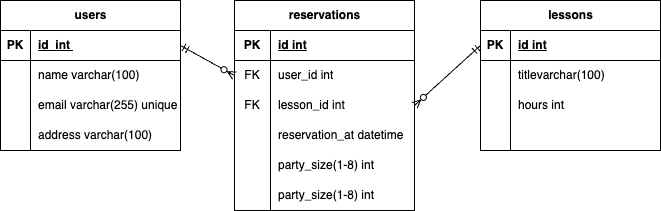
YumiOotake/p-php keeps this draw.io diagram as docs/index.drawio.png. Above is the earlier version. Source tidied: cells renumbered, new cells last; positions are measured from the earlier drawing's top-left corner, leaving out a move shared by most shapes. The source it was exported from:
```xml
<mxGraphModel>
  <root>
    <mxCell id="0" />
    <mxCell id="1" parent="0" />
    <mxCell id="2" value="reservations" style="shape=table;startSize=30;rowLines=0;fontStyle=1;align=center;html=1;" parent="1" vertex="1">
      <mxGeometry x="234" width="180" height="210" as="geometry" />
    </mxCell>
    <mxCell id="3" style="shape=tableRow;horizontal=0;startSize=0;swimlaneHead=0;swimlaneBody=0;fillColor=none;top=0;left=0;right=0;bottom=1;" parent="2" vertex="1">
      <mxGeometry y="30" width="180" height="30" as="geometry" />
    </mxCell>
    <mxCell id="4" value="PK" style="shape=partialRectangle;fillColor=none;top=0;left=0;bottom=0;right=0;fontStyle=1;overflow=hidden;whiteSpace=wrap;html=1;" parent="3" vertex="1">
      <mxGeometry width="36" height="30" as="geometry" />
    </mxCell>
    <mxCell id="5" value="id int" style="shape=partialRectangle;fillColor=none;top=0;left=0;bottom=0;right=0;align=left;spacingLeft=6;fontStyle=5;overflow=hidden;whiteSpace=wrap;html=1;" parent="3" vertex="1">
      <mxGeometry x="36" width="144" height="30" as="geometry" />
    </mxCell>
    <mxCell id="6" style="shape=tableRow;horizontal=0;startSize=0;swimlaneHead=0;swimlaneBody=0;fillColor=none;points=[[0,0.5],[1,0.5]];portConstraint=eastwest;top=0;left=0;right=0;bottom=0;" parent="2" vertex="1">
      <mxGeometry y="60" width="180" height="30" as="geometry" />
    </mxCell>
    <mxCell id="7" value="FK" style="shape=partialRectangle;fillColor=none;top=0;left=0;bottom=0;right=0;overflow=hidden;whiteSpace=wrap;html=1;" parent="6" vertex="1">
      <mxGeometry width="36" height="30" as="geometry" />
    </mxCell>
    <mxCell id="8" value="user_id int" style="shape=partialRectangle;fillColor=none;top=0;left=0;bottom=0;right=0;align=left;spacingLeft=6;overflow=hidden;whiteSpace=wrap;html=1;" parent="6" vertex="1">
      <mxGeometry x="36" width="144" height="30" as="geometry" />
    </mxCell>
    <mxCell id="9" style="shape=tableRow;horizontal=0;startSize=0;swimlaneHead=0;swimlaneBody=0;fillColor=none;points=[[0,0.5],[1,0.5]];portConstraint=eastwest;top=0;left=0;right=0;bottom=0;" parent="2" vertex="1">
      <mxGeometry y="90" width="180" height="30" as="geometry" />
    </mxCell>
    <mxCell id="10" value="FK" style="shape=partialRectangle;fillColor=none;top=0;left=0;bottom=0;right=0;overflow=hidden;whiteSpace=wrap;html=1;" parent="9" vertex="1">
      <mxGeometry width="36" height="30" as="geometry" />
    </mxCell>
    <mxCell id="11" value="lesson_id int" style="shape=partialRectangle;fillColor=none;top=0;left=0;bottom=0;right=0;align=left;spacingLeft=6;overflow=hidden;whiteSpace=wrap;html=1;" parent="9" vertex="1">
      <mxGeometry x="36" width="144" height="30" as="geometry" />
    </mxCell>
    <mxCell id="12" style="shape=tableRow;horizontal=0;startSize=0;swimlaneHead=0;swimlaneBody=0;fillColor=none;top=0;left=0;right=0;bottom=0;" parent="2" vertex="1">
      <mxGeometry y="120" width="180" height="30" as="geometry" />
    </mxCell>
    <mxCell id="13" style="shape=partialRectangle;fillColor=none;top=0;left=0;bottom=0;right=0;overflow=hidden;whiteSpace=wrap;html=1;" parent="12" vertex="1">
      <mxGeometry width="36" height="30" as="geometry" />
    </mxCell>
    <mxCell id="14" value="reservation_at datetime" style="shape=partialRectangle;fillColor=none;top=0;left=0;bottom=0;right=0;align=left;spacingLeft=6;overflow=hidden;whiteSpace=wrap;html=1;" parent="12" vertex="1">
      <mxGeometry x="36" width="144" height="30" as="geometry" />
    </mxCell>
    <mxCell id="15" style="shape=tableRow;horizontal=0;startSize=0;swimlaneHead=0;swimlaneBody=0;fillColor=none;top=0;left=0;right=0;bottom=0;" parent="2" vertex="1">
      <mxGeometry y="150" width="180" height="30" as="geometry" />
    </mxCell>
    <mxCell id="16" style="shape=partialRectangle;fillColor=none;top=0;left=0;bottom=0;right=0;overflow=hidden;whiteSpace=wrap;html=1;" parent="15" vertex="1">
      <mxGeometry width="36" height="30" as="geometry" />
    </mxCell>
    <mxCell id="17" value="party_size(1-8) int" style="shape=partialRectangle;fillColor=none;top=0;left=0;bottom=0;right=0;align=left;spacingLeft=6;overflow=hidden;whiteSpace=wrap;html=1;" parent="15" vertex="1">
      <mxGeometry x="36" width="144" height="30" as="geometry" />
    </mxCell>
    <mxCell id="18" style="shape=tableRow;horizontal=0;startSize=0;swimlaneHead=0;swimlaneBody=0;fillColor=none;top=0;left=0;right=0;bottom=0;" parent="2" vertex="1">
      <mxGeometry y="180" width="180" height="30" as="geometry" />
    </mxCell>
    <mxCell id="19" style="shape=partialRectangle;fillColor=none;top=0;left=0;bottom=0;right=0;overflow=hidden;whiteSpace=wrap;html=1;" parent="18" vertex="1">
      <mxGeometry width="36" height="30" as="geometry" />
    </mxCell>
    <mxCell id="20" value="party_size(1-8) int" style="shape=partialRectangle;fillColor=none;top=0;left=0;bottom=0;right=0;align=left;spacingLeft=6;overflow=hidden;whiteSpace=wrap;html=1;" parent="18" vertex="1">
      <mxGeometry x="36" width="144" height="30" as="geometry" />
    </mxCell>
    <mxCell id="21" value="users" style="shape=table;startSize=30;rowLines=0;fontStyle=1;align=center;html=1;" parent="1" vertex="1">
      <mxGeometry width="180" height="150" as="geometry" />
    </mxCell>
    <mxCell id="22" style="shape=tableRow;horizontal=0;startSize=0;swimlaneHead=0;swimlaneBody=0;fillColor=none;points=[[0,0.5],[1,0.5]];portConstraint=eastwest;top=0;left=0;right=0;bottom=1;" parent="21" vertex="1">
      <mxGeometry y="30" width="180" height="30" as="geometry" />
    </mxCell>
    <mxCell id="23" value="PK" style="shape=partialRectangle;fillColor=none;top=0;left=0;bottom=0;right=0;fontStyle=1;overflow=hidden;whiteSpace=wrap;html=1;" parent="22" vertex="1">
      <mxGeometry width="30" height="30" as="geometry" />
    </mxCell>
    <mxCell id="24" value="id&amp;nbsp; int&amp;nbsp;" style="shape=partialRectangle;fillColor=none;top=0;left=0;bottom=0;right=0;align=left;spacingLeft=6;fontStyle=5;overflow=hidden;whiteSpace=wrap;html=1;" parent="22" vertex="1">
      <mxGeometry x="30" width="150" height="30" as="geometry" />
    </mxCell>
    <mxCell id="25" style="shape=tableRow;horizontal=0;startSize=0;swimlaneHead=0;swimlaneBody=0;fillColor=none;top=0;left=0;right=0;bottom=0;" parent="21" vertex="1">
      <mxGeometry y="60" width="180" height="30" as="geometry" />
    </mxCell>
    <mxCell id="26" style="shape=partialRectangle;fillColor=none;top=0;left=0;bottom=0;right=0;overflow=hidden;whiteSpace=wrap;html=1;" parent="25" vertex="1">
      <mxGeometry width="30" height="30" as="geometry" />
    </mxCell>
    <mxCell id="27" value="name varchar(100)" style="shape=partialRectangle;fillColor=none;top=0;left=0;bottom=0;right=0;align=left;spacingLeft=6;overflow=hidden;whiteSpace=wrap;html=1;" parent="25" vertex="1">
      <mxGeometry x="30" width="150" height="30" as="geometry" />
    </mxCell>
    <mxCell id="28" style="shape=tableRow;horizontal=0;startSize=0;swimlaneHead=0;swimlaneBody=0;fillColor=none;top=0;left=0;right=0;bottom=0;" parent="21" vertex="1">
      <mxGeometry y="90" width="180" height="30" as="geometry" />
    </mxCell>
    <mxCell id="29" style="shape=partialRectangle;fillColor=none;top=0;left=0;bottom=0;right=0;overflow=hidden;whiteSpace=wrap;html=1;" parent="28" vertex="1">
      <mxGeometry width="30" height="30" as="geometry" />
    </mxCell>
    <mxCell id="30" value="email varchar(255) unique" style="shape=partialRectangle;fillColor=none;top=0;left=0;bottom=0;right=0;align=left;spacingLeft=6;overflow=hidden;whiteSpace=wrap;html=1;" parent="28" vertex="1">
      <mxGeometry x="30" width="150" height="30" as="geometry" />
    </mxCell>
    <mxCell id="31" style="shape=tableRow;horizontal=0;startSize=0;swimlaneHead=0;swimlaneBody=0;fillColor=none;top=0;left=0;right=0;bottom=0;" parent="21" vertex="1">
      <mxGeometry y="120" width="180" height="30" as="geometry" />
    </mxCell>
    <mxCell id="32" style="shape=partialRectangle;fillColor=none;top=0;left=0;bottom=0;right=0;overflow=hidden;whiteSpace=wrap;html=1;" parent="31" vertex="1">
      <mxGeometry width="30" height="30" as="geometry" />
    </mxCell>
    <mxCell id="33" value="address varchar(100)" style="shape=partialRectangle;fillColor=none;top=0;left=0;bottom=0;right=0;align=left;spacingLeft=6;overflow=hidden;whiteSpace=wrap;html=1;" parent="31" vertex="1">
      <mxGeometry x="30" width="150" height="30" as="geometry" />
    </mxCell>
    <mxCell id="34" value="lessons" style="shape=table;startSize=30;rowLines=0;fontStyle=1;align=center;html=1;" parent="1" vertex="1">
      <mxGeometry x="480" width="180" height="150" as="geometry" />
    </mxCell>
    <mxCell id="35" style="shape=tableRow;horizontal=0;startSize=0;swimlaneHead=0;swimlaneBody=0;fillColor=none;points=[[0,0.5],[1,0.5]];portConstraint=eastwest;top=0;left=0;right=0;bottom=1;" parent="34" vertex="1">
      <mxGeometry y="30" width="180" height="30" as="geometry" />
    </mxCell>
    <mxCell id="36" value="PK" style="shape=partialRectangle;fillColor=none;top=0;left=0;bottom=0;right=0;fontStyle=1;overflow=hidden;whiteSpace=wrap;html=1;" parent="35" vertex="1">
      <mxGeometry width="30" height="30" as="geometry" />
    </mxCell>
    <mxCell id="37" value="id int" style="shape=partialRectangle;fillColor=none;top=0;left=0;bottom=0;right=0;align=left;spacingLeft=6;fontStyle=5;overflow=hidden;whiteSpace=wrap;html=1;" parent="35" vertex="1">
      <mxGeometry x="30" width="150" height="30" as="geometry" />
    </mxCell>
    <mxCell id="38" style="shape=tableRow;horizontal=0;startSize=0;swimlaneHead=0;swimlaneBody=0;fillColor=none;top=0;left=0;right=0;bottom=0;" parent="34" vertex="1">
      <mxGeometry y="60" width="180" height="30" as="geometry" />
    </mxCell>
    <mxCell id="39" style="shape=partialRectangle;fillColor=none;top=0;left=0;bottom=0;right=0;overflow=hidden;whiteSpace=wrap;html=1;" parent="38" vertex="1">
      <mxGeometry width="30" height="30" as="geometry" />
    </mxCell>
    <mxCell id="40" value="titlevarchar(100)" style="shape=partialRectangle;fillColor=none;top=0;left=0;bottom=0;right=0;align=left;spacingLeft=6;overflow=hidden;whiteSpace=wrap;html=1;" parent="38" vertex="1">
      <mxGeometry x="30" width="150" height="30" as="geometry" />
    </mxCell>
    <mxCell id="41" style="shape=tableRow;horizontal=0;startSize=0;swimlaneHead=0;swimlaneBody=0;fillColor=none;top=0;left=0;right=0;bottom=0;" parent="34" vertex="1">
      <mxGeometry y="90" width="180" height="30" as="geometry" />
    </mxCell>
    <mxCell id="42" style="shape=partialRectangle;fillColor=none;top=0;left=0;bottom=0;right=0;overflow=hidden;whiteSpace=wrap;html=1;" parent="41" vertex="1">
      <mxGeometry width="30" height="30" as="geometry" />
    </mxCell>
    <mxCell id="43" value="hours int" style="shape=partialRectangle;fillColor=none;top=0;left=0;bottom=0;right=0;align=left;spacingLeft=6;overflow=hidden;whiteSpace=wrap;html=1;" parent="41" vertex="1">
      <mxGeometry x="30" width="150" height="30" as="geometry" />
    </mxCell>
    <mxCell id="44" style="shape=tableRow;horizontal=0;startSize=0;swimlaneHead=0;swimlaneBody=0;fillColor=none;top=0;left=0;right=0;bottom=0;" parent="34" vertex="1">
      <mxGeometry y="120" width="180" height="30" as="geometry" />
    </mxCell>
    <mxCell id="45" style="shape=partialRectangle;fillColor=none;top=0;left=0;bottom=0;right=0;overflow=hidden;whiteSpace=wrap;html=1;" parent="44" vertex="1">
      <mxGeometry width="30" height="30" as="geometry" />
    </mxCell>
    <mxCell id="46" style="shape=partialRectangle;fillColor=none;top=0;left=0;bottom=0;right=0;align=left;spacingLeft=6;overflow=hidden;whiteSpace=wrap;html=1;" parent="44" vertex="1">
      <mxGeometry x="30" width="150" height="30" as="geometry" />
    </mxCell>
    <mxCell id="47" style="fontSize=12;html=1;endArrow=ERzeroToMany;startArrow=ERmandOne;entryX=0;entryY=0.5;entryDx=0;entryDy=0;exitX=1;exitY=0.5;exitDx=0;exitDy=0;" parent="1" edge="1" source="22" target="6">
      <mxGeometry relative="1" as="geometry" />
    </mxCell>
    <mxCell id="48" style="fontSize=12;html=1;endArrow=ERzeroToMany;startArrow=ERmandOne;entryX=1;entryY=0.5;entryDx=0;entryDy=0;exitX=0;exitY=0.5;exitDx=0;exitDy=0;" parent="1" edge="1" source="35" target="9">
      <mxGeometry relative="1" as="geometry" />
    </mxCell>
  </root>
</mxGraphModel>
```
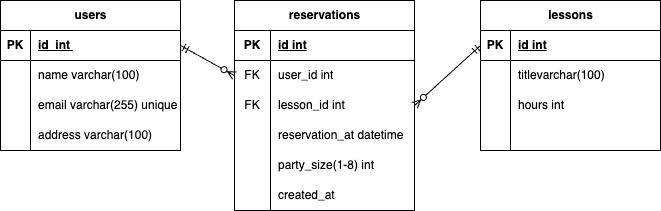
Later version of the same file.

Diff of the diagram source:
```diff
@@ -56,7 +56,7 @@
     <mxCell id="19" style="shape=partialRectangle;fillColor=none;top=0;left=0;bottom=0;right=0;overflow=hidden;whiteSpace=wrap;html=1;" parent="18" vertex="1">
       <mxGeometry width="36" height="30" as="geometry" />
     </mxCell>
-    <mxCell id="20" value="party_size(1-8) int" style="shape=partialRectangle;fillColor=none;top=0;left=0;bottom=0;right=0;align=left;spacingLeft=6;overflow=hidden;whiteSpace=wrap;html=1;" parent="18" vertex="1">
+    <mxCell id="20" value="created_at&amp;nbsp;" style="shape=partialRectangle;fillColor=none;top=0;left=0;bottom=0;right=0;align=left;spacingLeft=6;overflow=hidden;whiteSpace=wrap;html=1;" parent="18" vertex="1">
       <mxGeometry x="36" width="144" height="30" as="geometry" />
     </mxCell>
     <mxCell id="21" value="users" style="shape=table;startSize=30;rowLines=0;fontStyle=1;align=center;html=1;" parent="1" vertex="1">
```
